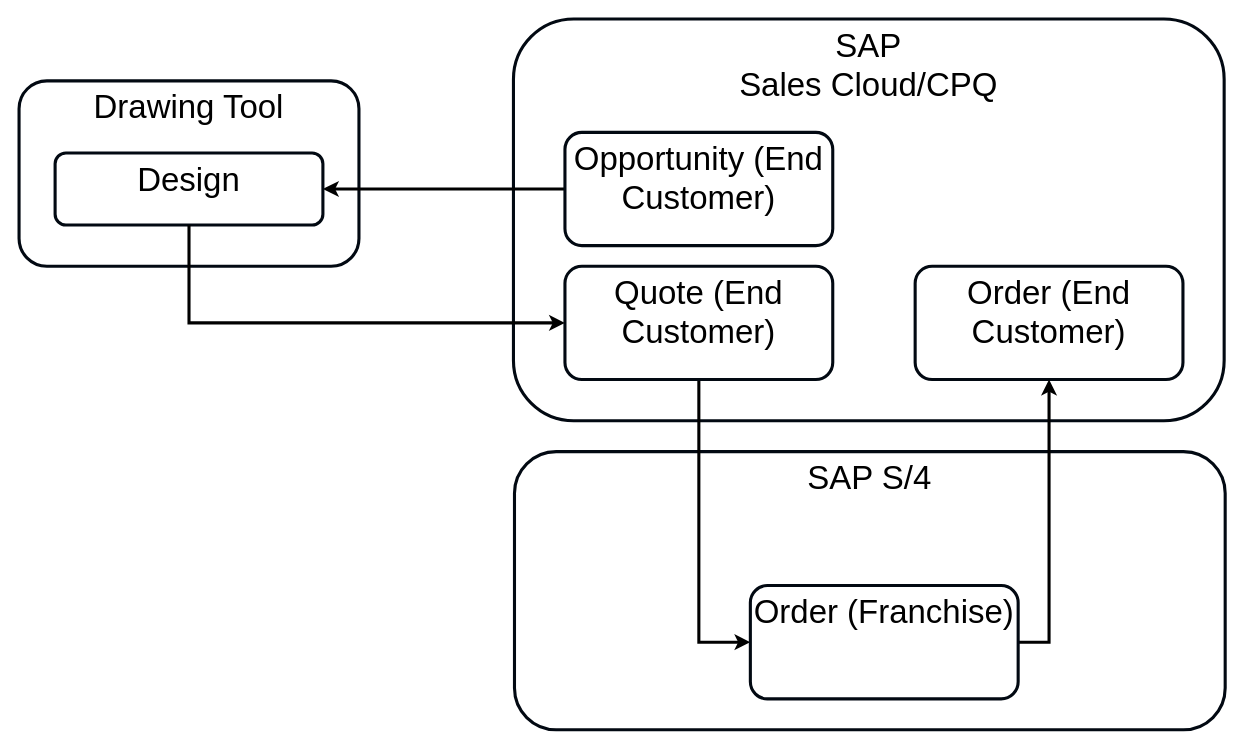
Above: page "Quote to Order Flow Franchise" (7 of 12) of Franchise.drawio in mrf742002/Diagrams (draw.io), before the change. Source tidied: cells renumbered, new cells numbered last; positions are measured from the earlier drawing's top-left corner, leaving out a move shared by most shapes. Both pictures are drawn from the tidied source at 103%, with x=0, y=0 at pixel (19, 19).
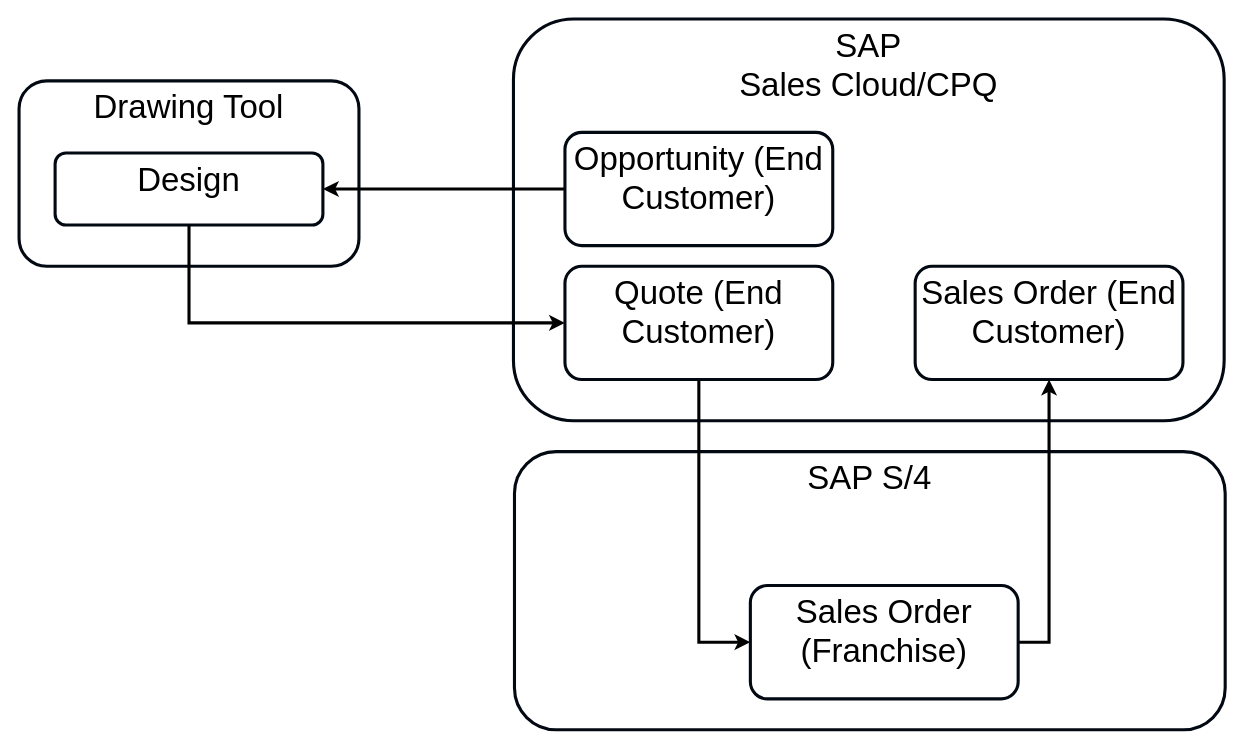
After the change.

Diff of the diagram source:
```diff
@@
 <mxGraphModel>
   <root>
     <mxCell id="0" />
     <mxCell id="1" parent="0" />
     <mxCell id="2" value="&lt;span style=&quot;font-size: 32px&quot;&gt;SAP S/4&lt;/span&gt;" style="rounded=1;whiteSpace=wrap;html=1;verticalAlign=top;strokeWidth=3;strokeColor=#020912;" parent="1" vertex="1">
       <mxGeometry x="481" y="420" width="690" height="270" as="geometry" />
     </mxCell>
     <mxCell id="3" value="&lt;font style=&quot;font-size: 32px&quot;&gt;SAP &lt;br&gt;Sales Cloud/CPQ&lt;/font&gt;" style="rounded=1;whiteSpace=wrap;html=1;verticalAlign=top;strokeWidth=3;strokeColor=#020912;" parent="1" vertex="1">
       <mxGeometry x="480" width="690" height="390" as="geometry" />
     </mxCell>
     <mxCell id="4" value="&lt;font style=&quot;font-size: 32px&quot;&gt;Drawing Tool&lt;br&gt;&lt;/font&gt;" style="rounded=1;whiteSpace=wrap;html=1;verticalAlign=top;strokeWidth=3;strokeColor=#020912;" parent="1" vertex="1">
       <mxGeometry y="60" width="330" height="180" as="geometry" />
     </mxCell>
     <mxCell id="5" style="edgeStyle=orthogonalEdgeStyle;rounded=0;jettySize=auto;html=1;exitX=0.5;exitY=1;exitDx=0;exitDy=0;entryX=0;entryY=0.5;entryDx=0;entryDy=0;fontSize=14;startArrow=none;startFill=0;endArrow=classic;endFill=1;strokeWidth=3;" parent="1" edge="1" source="6" target="13">
       <mxGeometry relative="1" as="geometry" />
     </mxCell>
     <mxCell id="6" value="&lt;span style=&quot;font-size: 32px&quot;&gt;Quote (End Customer)&lt;/span&gt;" style="rounded=1;whiteSpace=wrap;html=1;verticalAlign=top;strokeWidth=3;strokeColor=#020912;" parent="1" vertex="1">
       <mxGeometry x="530" y="240" width="260" height="110" as="geometry" />
     </mxCell>
     <mxCell id="7" style="edgeStyle=orthogonalEdgeStyle;rounded=0;jettySize=auto;html=1;exitX=0;exitY=0.5;exitDx=0;exitDy=0;entryX=1;entryY=0.5;entryDx=0;entryDy=0;fontSize=14;startArrow=none;startFill=0;endArrow=classic;endFill=1;strokeWidth=3;" parent="1" edge="1" source="8" target="9">
       <mxGeometry relative="1" as="geometry" />
     </mxCell>
     <mxCell id="8" value="&lt;span style=&quot;font-size: 32px&quot;&gt;Opportunity (End Customer)&lt;/span&gt;" style="rounded=1;whiteSpace=wrap;html=1;verticalAlign=top;strokeWidth=3;strokeColor=#020912;" parent="1" vertex="1">
       <mxGeometry x="530" y="110" width="260" height="110" as="geometry" />
     </mxCell>
     <mxCell id="9" value="&lt;span style=&quot;font-size: 32px&quot;&gt;Design&lt;/span&gt;" style="rounded=1;whiteSpace=wrap;html=1;verticalAlign=top;strokeWidth=3;strokeColor=#020912;" parent="1" vertex="1">
       <mxGeometry x="35" y="130" width="260" height="70" as="geometry" />
     </mxCell>
     <mxCell id="10" style="edgeStyle=orthogonalEdgeStyle;rounded=0;jettySize=auto;html=1;fontSize=14;startArrow=none;startFill=0;endArrow=classic;endFill=1;entryX=0;entryY=0.5;entryDx=0;entryDy=0;exitX=0.5;exitY=1;exitDx=0;exitDy=0;strokeWidth=3;" parent="1" edge="1" source="9" target="6">
       <mxGeometry relative="1" as="geometry" />
     </mxCell>
-    <mxCell id="11" value="&lt;span style=&quot;font-size: 32px&quot;&gt;Order (End Customer)&lt;/span&gt;" style="rounded=1;whiteSpace=wrap;html=1;verticalAlign=top;strokeWidth=3;strokeColor=#020912;" parent="1" vertex="1">
+    <mxCell id="11" value="&lt;span style=&quot;font-size: 32px&quot;&gt;Sales Order (End Customer)&lt;/span&gt;" style="rounded=1;whiteSpace=wrap;html=1;verticalAlign=top;strokeWidth=3;strokeColor=#020912;" parent="1" vertex="1">
       <mxGeometry x="870" y="240" width="260" height="110" as="geometry" />
     </mxCell>
     <mxCell id="12" style="edgeStyle=orthogonalEdgeStyle;rounded=0;jettySize=auto;html=1;exitX=1;exitY=0.5;exitDx=0;exitDy=0;entryX=0.5;entryY=1;entryDx=0;entryDy=0;fontSize=14;startArrow=none;startFill=0;endArrow=classic;endFill=1;strokeWidth=3;" parent="1" edge="1" source="13" target="11">
       <mxGeometry relative="1" as="geometry" />
     </mxCell>
-    <mxCell id="13" value="&lt;span style=&quot;font-size: 32px&quot;&gt;Order (Franchise)&lt;/span&gt;" style="rounded=1;whiteSpace=wrap;html=1;verticalAlign=top;strokeWidth=3;strokeColor=#020912;" parent="1" vertex="1">
+    <mxCell id="13" value="&lt;span style=&quot;font-size: 32px&quot;&gt;Sales Order (Franchise)&lt;/span&gt;" style="rounded=1;whiteSpace=wrap;html=1;verticalAlign=top;strokeWidth=3;strokeColor=#020912;" parent="1" vertex="1">
       <mxGeometry x="710" y="550" width="260" height="110" as="geometry" />
     </mxCell>
   </root>
 </mxGraphModel>
```
